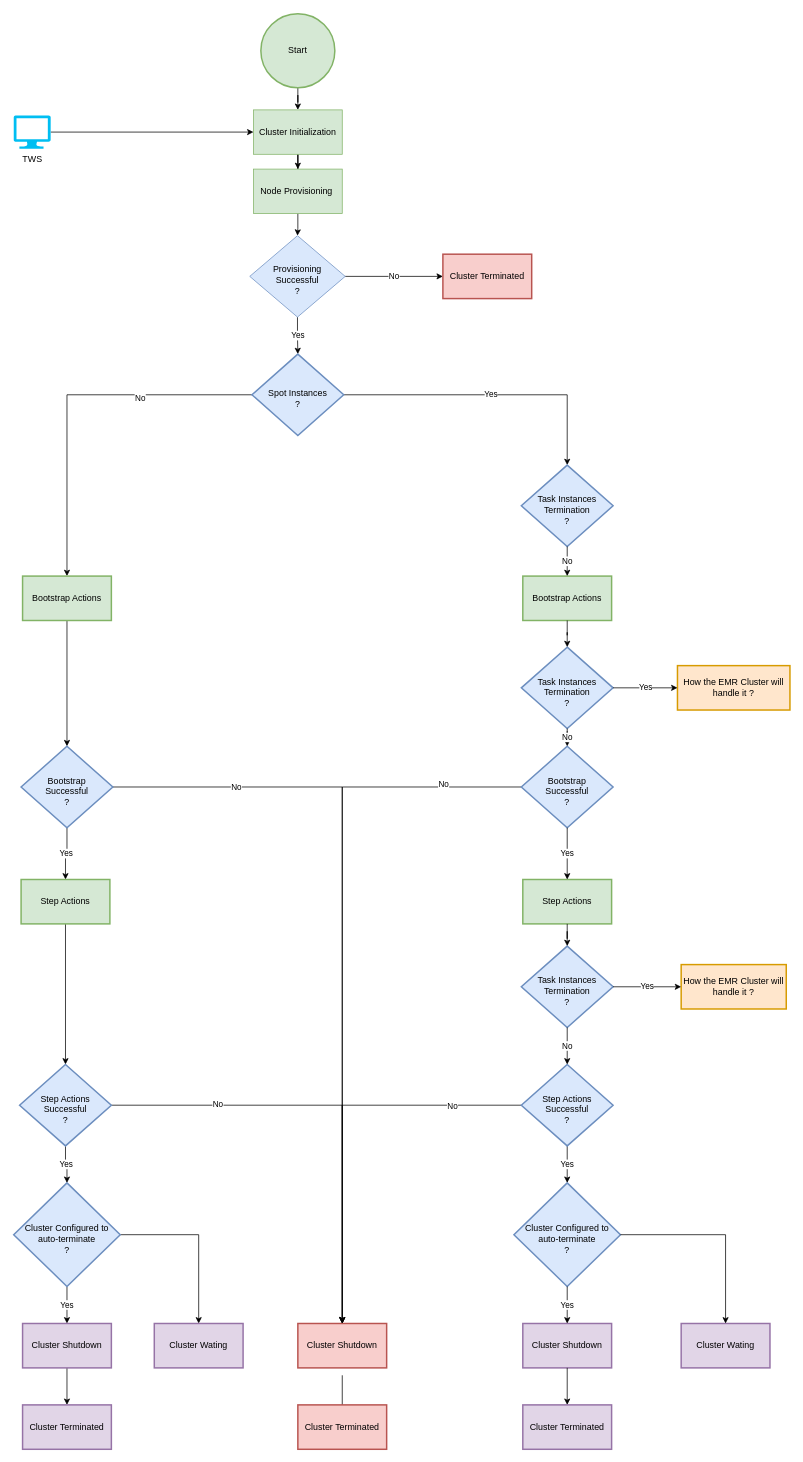
Benoit-LAGUET/AWS-EMR keeps this draw.io diagram as EMR Flow.drawio. Above is the earlier version. Source tidied: cells renumbered, new cells numbered last; positions are measured from the earlier drawing's top-left corner, leaving out a move shared by most shapes. Both pictures are drawn from the tidied source at 74%, with x=0, y=0 at pixel (13, 13).
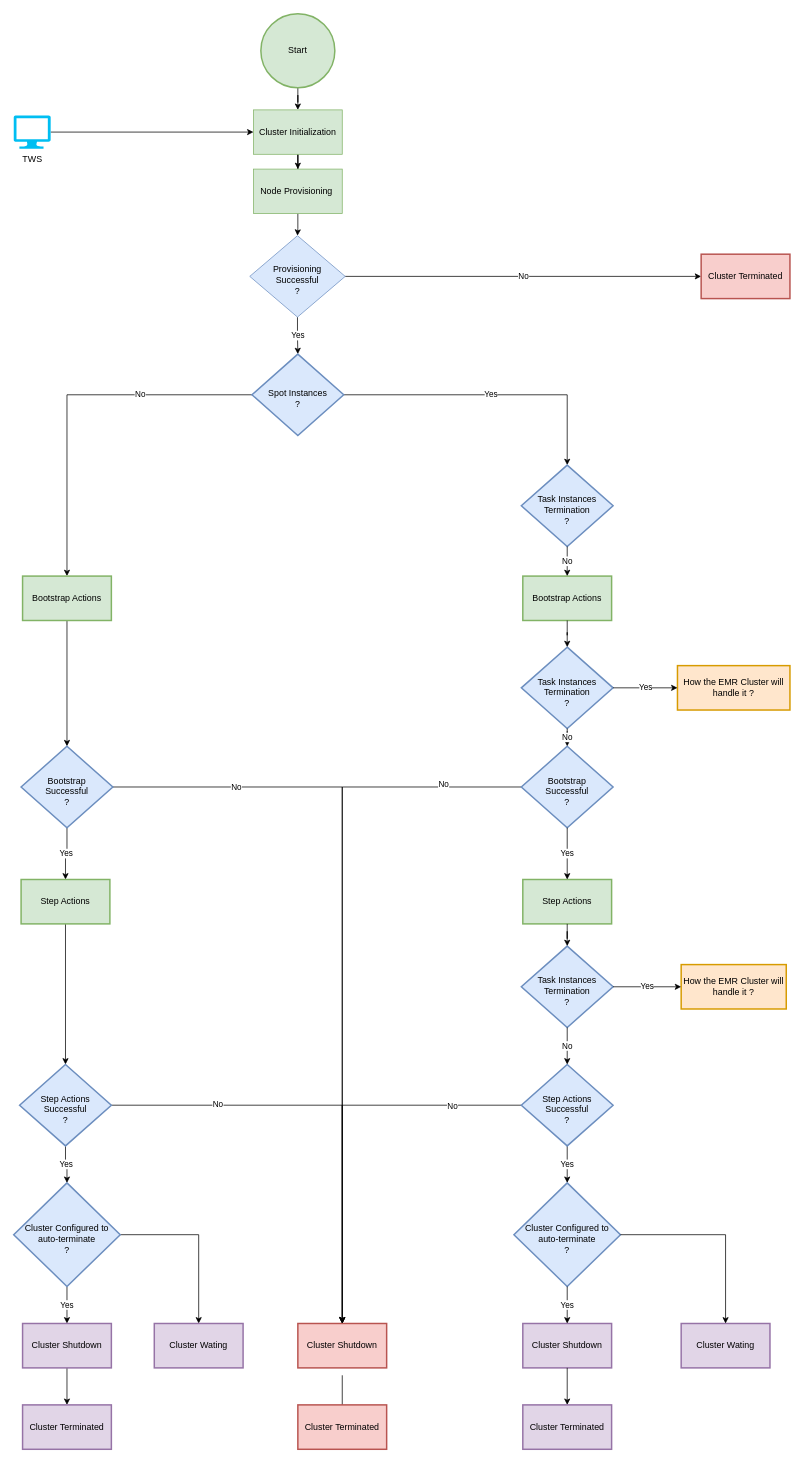
The same diagram, later.

The change refers to these unchanged cells:
```xml
<mxCell id="10" value="Provisioning&lt;br&gt;Successful&lt;br&gt;?" style="rhombus;whiteSpace=wrap;html=1;spacingTop=10;fillColor=#dae8fc;strokeColor=#6c8ebf;" parent="1" vertex="1">
  <mxGeometry x="319" y="300" width="129" height="110" as="geometry" />
</mxCell>
<mxCell id="13" value="Spot Instances&lt;br&gt;?" style="strokeWidth=2;html=1;shape=mxgraph.flowchart.decision;whiteSpace=wrap;spacingTop=9;fillColor=#dae8fc;strokeColor=#6c8ebf;" parent="1" vertex="1">
  <mxGeometry x="322" y="460" width="124" height="110" as="geometry" />
</mxCell>
<mxCell id="24" value="Bootstrap Actions" style="whiteSpace=wrap;html=1;strokeWidth=2;fillColor=#d5e8d4;strokeColor=#82b366;" parent="1" vertex="1">
  <mxGeometry x="12" y="760" width="120" height="60" as="geometry" />
</mxCell>
```

Change to the diagram source:
```diff
@@
-    <mxCell id="8" value="No" style="edgeStyle=orthogonalEdgeStyle;rounded=0;jettySize=auto;html=1;" parent="1" edge="1" source="10">
-      <mxGeometry relative="1" as="geometry">
-        <mxPoint x="580" y="355" as="targetPoint" />
-      </mxGeometry>
+    <mxCell id="8" value="No" style="edgeStyle=orthogonalEdgeStyle;rounded=0;jettySize=auto;html=1;entryX=0;entryY=0.5;entryDx=0;entryDy=0;" parent="1" edge="1" source="10" target="68">
+      <mxGeometry relative="1" as="geometry" />
     </mxCell>
@@
     <mxCell id="11" value="No" style="edgeStyle=orthogonalEdgeStyle;rounded=0;jettySize=auto;html=1;entryX=0.5;entryY=0;entryDx=0;entryDy=0;" parent="1" edge="1" source="13" target="24">
-      <mxGeometry x="-0.39" y="5" relative="1" as="geometry" />
+      <mxGeometry x="-0.39" relative="1" as="geometry" />
     </mxCell>
@@
     <mxCell id="68" value="Cluster Terminated" style="whiteSpace=wrap;html=1;strokeWidth=2;spacingBottom=0;spacingTop=0;fillColor=#f8cecc;strokeColor=#b85450;" parent="1" vertex="1">
-      <mxGeometry x="580" y="325" width="120" height="60" as="geometry" />
+      <mxGeometry x="929" y="325" width="120" height="60" as="geometry" />
     </mxCell>
```
